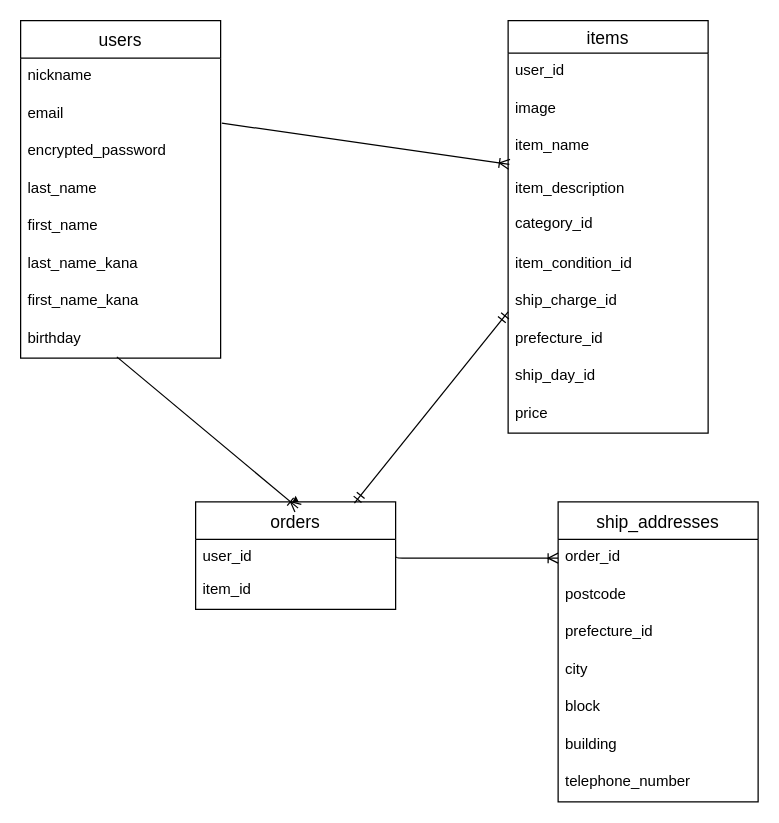
This is test.dio from gingaman5/furima-35796, a draw.io file, before an edit. Source tidied: cells renumbered, new cells numbered last; positions are measured from the earlier drawing's top-left corner, leaving out a move shared by most shapes. Both pictures are drawn from the tidied source at 125%, with x=0, y=0 at pixel (20, 20).
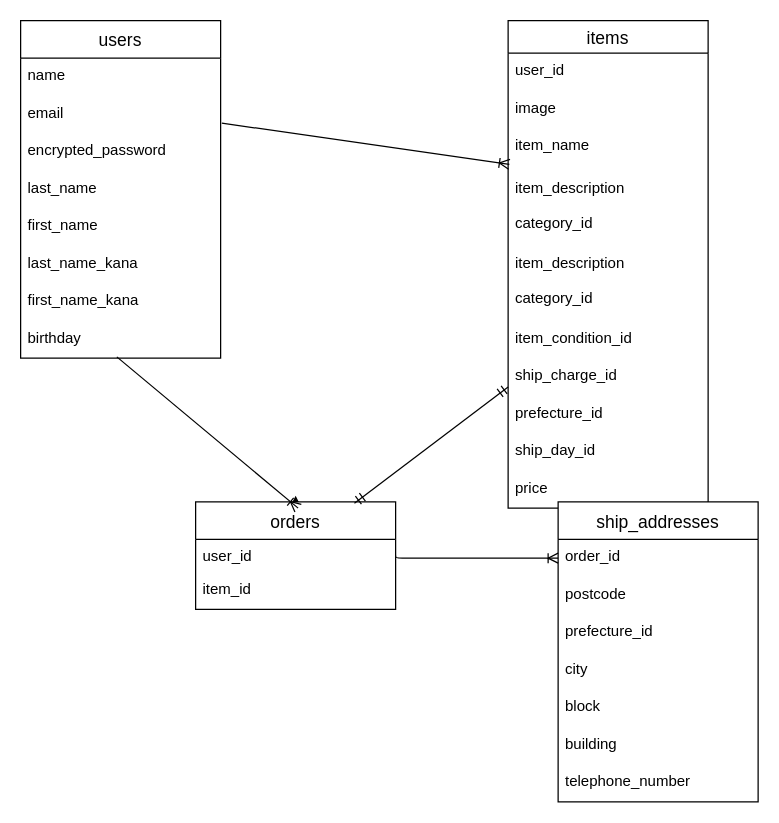
Above is the later version.

The change refers to these unchanged cells:
```xml
<mxCell id="4" value="users" style="swimlane;fontStyle=0;horizontal=1;startSize=30;align=center;fontSize=14;" parent="1" vertex="1">
  <mxGeometry width="160" height="270" as="geometry" />
</mxCell>
```

Change to the diagram source:
```diff
@@
-    <mxCell id="5" value="nickname" style="text;strokeColor=none;fillColor=none;spacingLeft=4;spacingRight=4;overflow=hidden;fontSize=12;" parent="4" vertex="1">
+    <mxCell id="5" value="name" style="text;strokeColor=none;fillColor=none;spacingLeft=4;spacingRight=4;overflow=hidden;fontSize=12;" parent="4" vertex="1">
       <mxGeometry y="30" width="160" height="30" as="geometry" />
     </mxCell>
@@
     <mxCell id="13" value="items" style="swimlane;fontStyle=0;horizontal=1;startSize=26;align=center;fontSize=14;" parent="1" vertex="1">
-      <mxGeometry x="390" width="160" height="330" as="geometry" />
+      <mxGeometry x="390" width="160" height="390" as="geometry" />
     </mxCell>
@@
+    <mxCell id="40" value="item_description&#10;&#10;category_id&#10;" style="text;strokeColor=none;fillColor=none;spacingLeft=4;spacingRight=4;overflow=hidden;fontSize=12;" parent="13" vertex="1">
+      <mxGeometry y="180" width="160" height="60" as="geometry" />
+    </mxCell>
     <mxCell id="18" value="item_condition_id" style="text;strokeColor=none;fillColor=none;spacingLeft=4;spacingRight=4;overflow=hidden;fontSize=12;" parent="13" vertex="1">
-      <mxGeometry y="180" width="160" height="30" as="geometry" />
+      <mxGeometry y="240" width="160" height="30" as="geometry" />
     </mxCell>
     <mxCell id="19" value="ship_charge_id" style="text;strokeColor=none;fillColor=none;spacingLeft=4;spacingRight=4;overflow=hidden;points=[[0,0.5],[1,0.5]];portConstraint=eastwest;fontSize=12;" parent="13" vertex="1">
-      <mxGeometry y="210" width="160" height="30" as="geometry" />
+      <mxGeometry y="270" width="160" height="30" as="geometry" />
     </mxCell>
     <mxCell id="20" value="prefecture_id" style="text;strokeColor=none;fillColor=none;spacingLeft=4;spacingRight=4;overflow=hidden;fontSize=12;" parent="13" vertex="1">
-      <mxGeometry y="240" width="160" height="30" as="geometry" />
+      <mxGeometry y="300" width="160" height="30" as="geometry" />
     </mxCell>
     <mxCell id="21" value="ship_day_id" style="text;strokeColor=none;fillColor=none;spacingLeft=4;spacingRight=4;overflow=hidden;fontSize=12;" parent="13" vertex="1">
-      <mxGeometry y="270" width="160" height="30" as="geometry" />
+      <mxGeometry y="330" width="160" height="30" as="geometry" />
     </mxCell>
     <mxCell id="22" value="price" style="text;strokeColor=none;fillColor=none;spacingLeft=4;spacingRight=4;overflow=hidden;fontSize=12;" parent="13" vertex="1">
-      <mxGeometry y="300" width="160" height="30" as="geometry" />
+      <mxGeometry y="360" width="160" height="30" as="geometry" />
     </mxCell>
```
